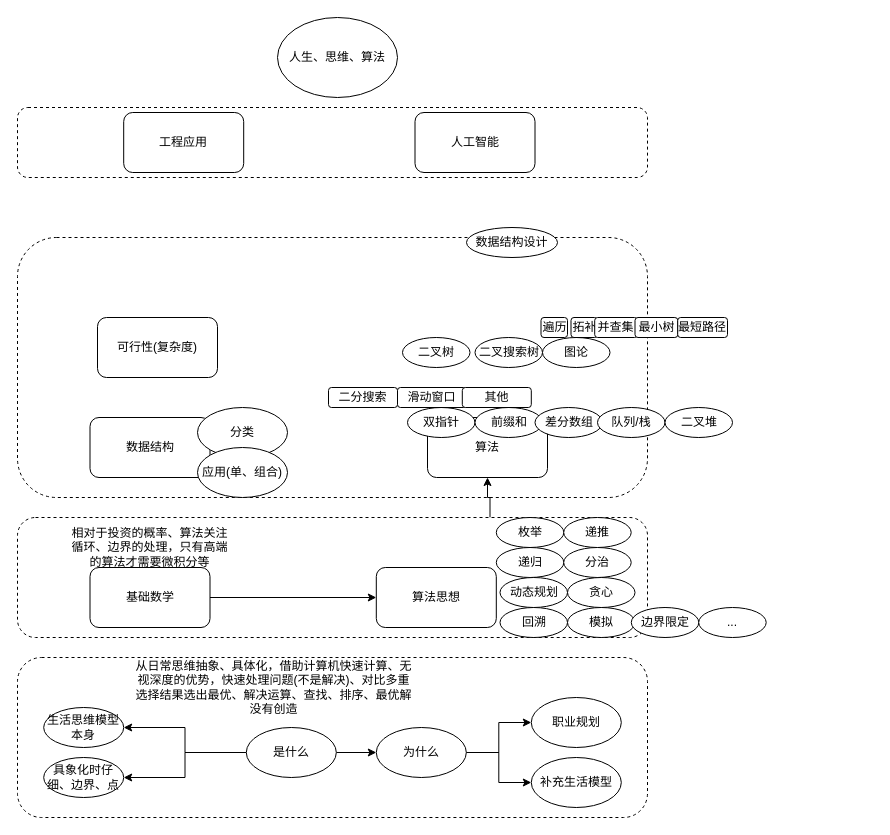
This is menus/suanfamoxing.drawio from Asamiyaa/microservice-k8s-yun, a draw.io file, before an edit. Source tidied: cells renumbered, new cells numbered last; positions are measured from the earlier drawing's top-left corner, leaving out a move shared by most shapes. Both pictures are drawn from the tidied source at 100%, with x=0, y=0 at pixel (17, 17).
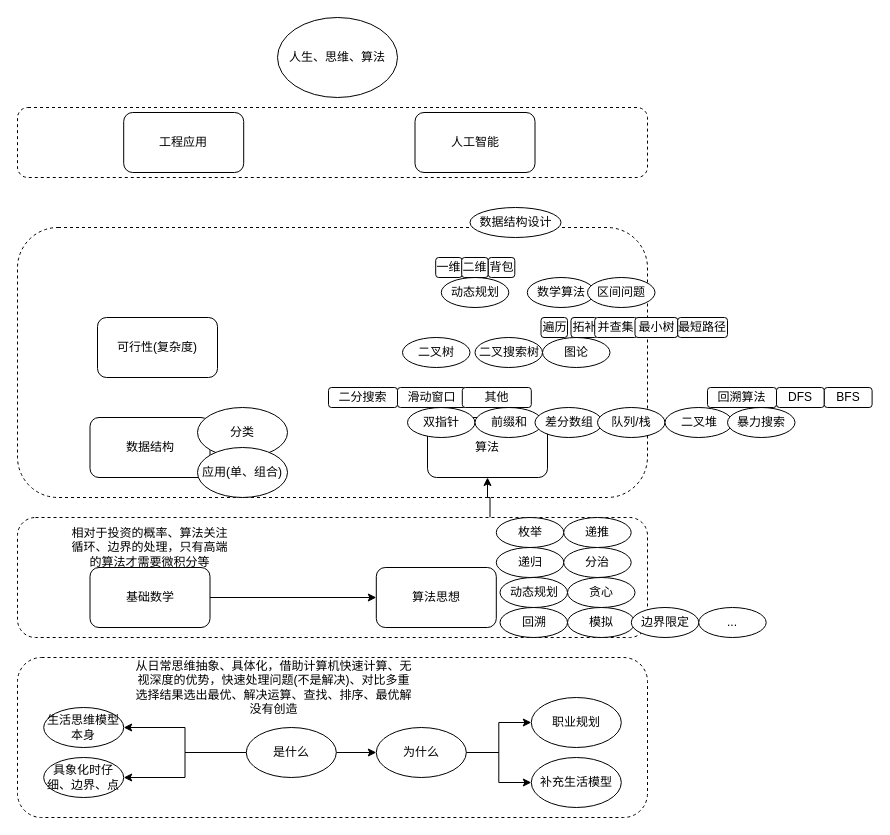
Above is the later version.

The edit, as a diff of the source:
```diff
@@
     <mxCell id="4" style="rounded=1;whiteSpace=wrap;html=1;dashed=1;" parent="1" vertex="1">
-      <mxGeometry y="220" width="630" height="260" as="geometry" />
+      <mxGeometry y="210" width="630" height="270" as="geometry" />
     </mxCell>
@@
     <mxCell id="52" value="数据结构设计" style="ellipse;whiteSpace=wrap;html=1;" parent="1" vertex="1">
-      <mxGeometry x="449" y="210" width="91" height="30" as="geometry" />
+      <mxGeometry x="452.5" y="190" width="91" height="30" as="geometry" />
     </mxCell>
@@
+    <mxCell id="58" value="暴力搜索" style="ellipse;whiteSpace=wrap;html=1;" parent="1" vertex="1">
+      <mxGeometry x="710" y="390" width="67.5" height="30" as="geometry" />
+    </mxCell>
+    <mxCell id="59" value="回溯算法" style="rounded=1;whiteSpace=wrap;html=1;" parent="1" vertex="1">
+      <mxGeometry x="690" y="370" width="69" height="20" as="geometry" />
+    </mxCell>
+    <mxCell id="60" value="DFS" style="rounded=1;whiteSpace=wrap;html=1;" parent="1" vertex="1">
+      <mxGeometry x="759" y="370" width="47.8" height="20" as="geometry" />
+    </mxCell>
+    <mxCell id="61" value="BFS" style="rounded=1;whiteSpace=wrap;html=1;" parent="1" vertex="1">
+      <mxGeometry x="806.8" y="370" width="47.8" height="20" as="geometry" />
+    </mxCell>
+    <mxCell id="62" value="动态规划" style="ellipse;whiteSpace=wrap;html=1;" parent="1" vertex="1">
+      <mxGeometry x="423.8" y="260" width="67.5" height="30" as="geometry" />
+    </mxCell>
+    <mxCell id="63" value="一维" style="rounded=1;whiteSpace=wrap;html=1;" parent="1" vertex="1">
+      <mxGeometry x="418.2" y="240" width="26.5" height="20" as="geometry" />
+    </mxCell>
+    <mxCell id="64" value="二维" style="rounded=1;whiteSpace=wrap;html=1;" parent="1" vertex="1">
+      <mxGeometry x="444.2" y="240" width="26.5" height="20" as="geometry" />
+    </mxCell>
+    <mxCell id="65" value="背包" style="rounded=1;whiteSpace=wrap;html=1;" parent="1" vertex="1">
+      <mxGeometry x="470.8" y="240" width="26.5" height="20" as="geometry" />
+    </mxCell>
+    <mxCell id="66" value="数学算法" style="ellipse;whiteSpace=wrap;html=1;" parent="1" vertex="1">
+      <mxGeometry x="509.8" y="260" width="67.5" height="30" as="geometry" />
+    </mxCell>
+    <mxCell id="67" value="区间问题" style="ellipse;whiteSpace=wrap;html=1;" parent="1" vertex="1">
+      <mxGeometry x="570" y="260" width="67.5" height="30" as="geometry" />
+    </mxCell>
```
